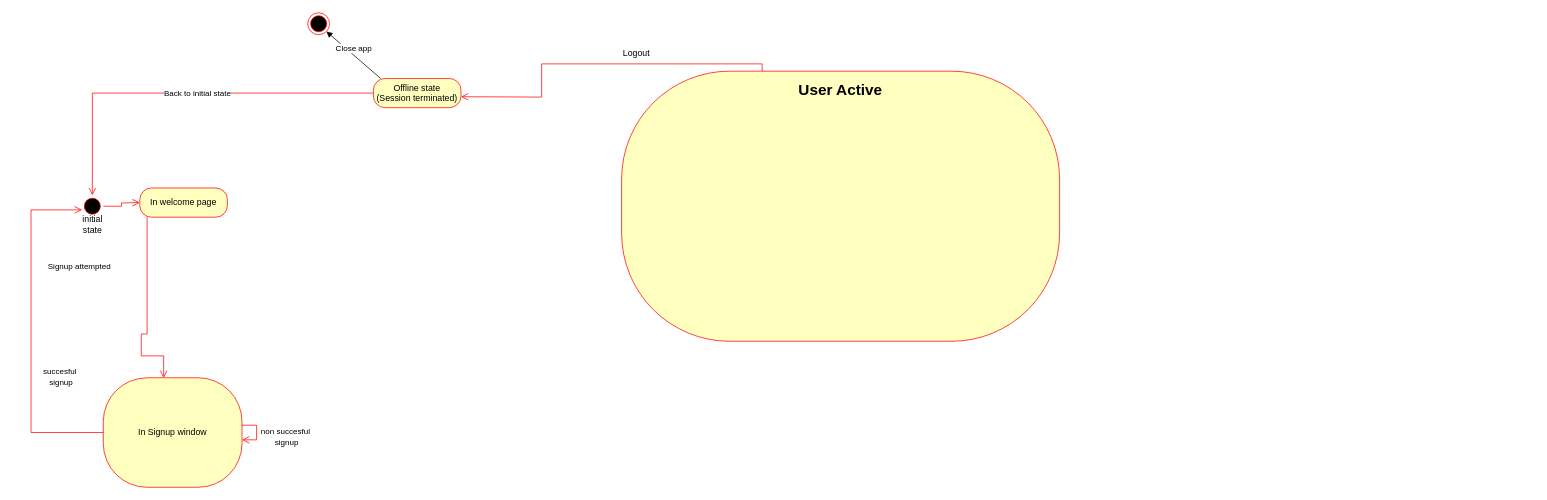
This is state diagram.drawio from Mazen-Azhary/Connect-Hub, a draw.io file, before an edit. Source tidied: cells renumbered, new cells numbered last; positions are measured from the earlier drawing's top-left corner, leaving out a move shared by most shapes. Both pictures are drawn from the tidied source at 73%, with x=0, y=0 at pixel (31, 12).
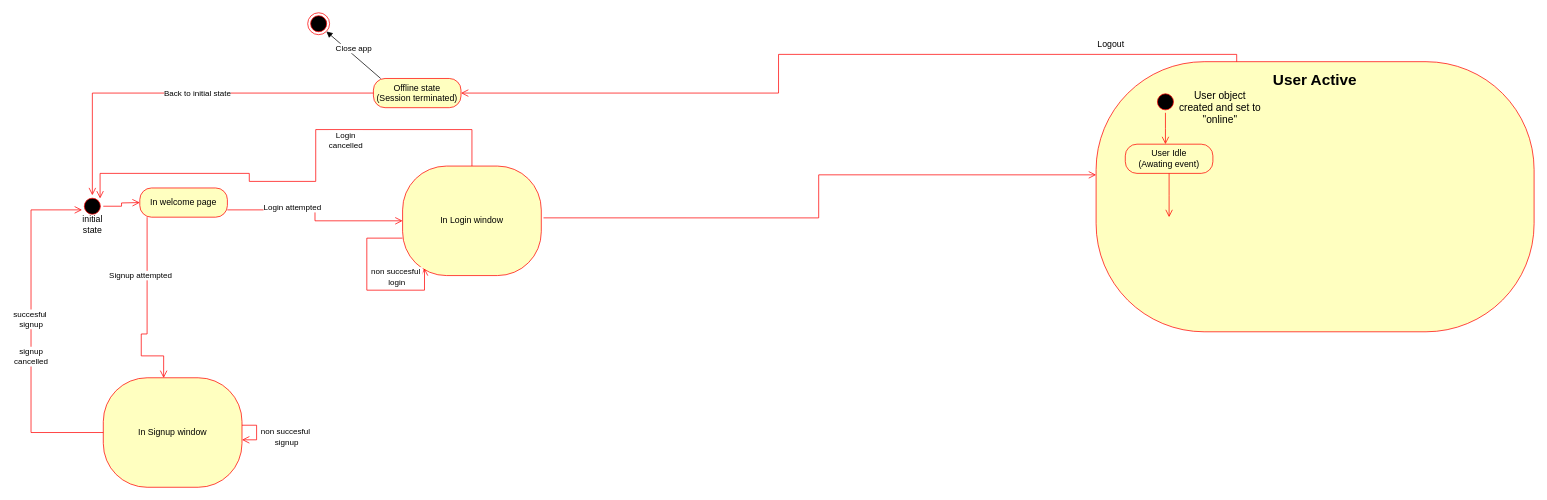
After the change.

Commit message:
login in state diagram complete

Unchanged cells that the change refers to:
```xml
<mxCell id="2" style="ellipse;html=1;shape=startState;fillColor=#000000;strokeColor=#ff0000;" parent="1" vertex="1">
  <mxGeometry x="69" y="250" width="30" height="30" as="geometry" />
</mxCell>
<mxCell id="8" value="Offline state&lt;div&gt;(Session terminated)&lt;/div&gt;" style="rounded=1;whiteSpace=wrap;html=1;arcSize=40;fontColor=#000000;fillColor=#ffffc0;strokeColor=#ff0000;" parent="1" vertex="1">
  <mxGeometry x="469" y="90" width="120" height="40" as="geometry" />
</mxCell>
<mxCell id="13" value="In welcome page" style="rounded=1;whiteSpace=wrap;html=1;arcSize=40;fontColor=#000000;fillColor=#ffffc0;strokeColor=#ff0000;" parent="1" vertex="1">
  <mxGeometry x="149" y="240" width="120" height="40" as="geometry" />
</mxCell>
<mxCell id="15" style="edgeStyle=orthogonalEdgeStyle;html=1;verticalAlign=bottom;endArrow=open;endSize=8;strokeColor=#ff0000;rounded=0;entryX=0.435;entryY=0.002;entryDx=0;entryDy=0;entryPerimeter=0;" parent="1" edge="1" source="13" target="18">
  <mxGeometry relative="1" as="geometry">
    <Array as="points">
      <mxPoint x="159" y="440" />
      <mxPoint x="151" y="440" />
      <mxPoint x="151" y="470" />
      <mxPoint x="182" y="470" />
    </Array>
  </mxGeometry>
</mxCell>
<mxCell id="21" style="edgeStyle=orthogonalEdgeStyle;html=1;verticalAlign=bottom;endArrow=open;endSize=8;strokeColor=#ff0000;rounded=0;elbow=vertical;" parent="1" edge="1" source="18" target="2">
  <mxGeometry relative="1" as="geometry">
    <Array as="points">
      <mxPoint y="575" />
      <mxPoint y="270" />
    </Array>
  </mxGeometry>
</mxCell>
```

The edit, as a diff of the source:
```diff
@@
     <mxCell id="4" style="rounded=1;whiteSpace=wrap;html=1;arcSize=40;fontColor=#000000;fillColor=#ffffc0;strokeColor=#ff0000;" parent="1" vertex="1">
-      <mxGeometry x="809" y="80" width="600" height="370" as="geometry" />
+      <mxGeometry x="1459" y="67" width="600" height="370" as="geometry" />
     </mxCell>
-    <mxCell id="5" style="edgeStyle=orthogonalEdgeStyle;html=1;verticalAlign=bottom;endArrow=open;endSize=8;strokeColor=#ff0000;rounded=0;exitX=0.321;exitY=0;exitDx=0;exitDy=0;exitPerimeter=0;entryX=1;entryY=0.5;entryDx=0;entryDy=0;" parent="1" edge="1" source="4">
-      <mxGeometry relative="1" as="geometry">
-        <mxPoint x="589" y="115" as="targetPoint" />
-      </mxGeometry>
+    <mxCell id="5" style="edgeStyle=orthogonalEdgeStyle;html=1;verticalAlign=bottom;endArrow=open;endSize=8;strokeColor=#ff0000;rounded=0;exitX=0.321;exitY=0;exitDx=0;exitDy=0;exitPerimeter=0;entryX=1;entryY=0.5;entryDx=0;entryDy=0;" parent="1" edge="1" source="4" target="8">
+      <mxGeometry relative="1" as="geometry" />
     </mxCell>
     <mxCell id="6" value="&lt;b&gt;&lt;font style=&quot;font-size: 21px;&quot;&gt;User Active&lt;/font&gt;&lt;/b&gt;" style="text;strokeColor=none;align=center;fillColor=none;html=1;verticalAlign=middle;whiteSpace=wrap;rounded=0;" parent="1" vertex="1">
-      <mxGeometry x="929" y="90" width="360" height="30" as="geometry" />
+      <mxGeometry x="1579" y="77" width="360" height="30" as="geometry" />
     </mxCell>
     <mxCell id="7" value="Logout&lt;div&gt;&lt;br&gt;&lt;/div&gt;" style="text;html=1;align=center;verticalAlign=middle;strokeColor=none;fillColor=none;" parent="1" vertex="1">
-      <mxGeometry x="799" y="43" width="60" height="40" as="geometry" />
+      <mxGeometry x="1449" y="30" width="60" height="40" as="geometry" />
     </mxCell>
@@
     <mxCell id="16" value="Signup attempted" style="edgeLabel;html=1;align=center;verticalAlign=middle;" parent="15" vertex="1">
       <mxGeometry x="-0.32" y="-1" relative="1" as="geometry">
-        <mxPoint x="-93" y="-21" as="offset" />
+        <mxPoint x="-9" y="-9" as="offset" />
       </mxGeometry>
     </mxCell>
@@
     <mxCell id="22" value="succesful&amp;nbsp;&lt;div&gt;signup&lt;/div&gt;" style="edgeLabel;html=1;align=center;verticalAlign=middle;" parent="21" vertex="1">
       <mxGeometry x="-0.21" relative="1" as="geometry">
-        <mxPoint x="40" y="11" as="offset" />
+        <mxPoint x="-1" y="-68" as="offset" />
       </mxGeometry>
     </mxCell>
+    <mxCell id="23" value="signup&lt;div&gt;cancelled&lt;/div&gt;" style="edgeLabel;html=1;align=center;verticalAlign=middle;" parent="1" vertex="1">
+      <mxGeometry x="-1" y="470" as="geometry" />
+    </mxCell>
+    <mxCell id="24" style="edgeStyle=orthogonalEdgeStyle;html=1;verticalAlign=bottom;endArrow=open;endSize=8;strokeColor=#ff0000;rounded=0;exitX=1;exitY=0.75;exitDx=0;exitDy=0;" parent="1" edge="1" source="13" target="26">
+      <mxGeometry relative="1" as="geometry" />
+    </mxCell>
+    <mxCell id="25" value="Login attempted" style="edgeLabel;html=1;align=center;verticalAlign=middle;" parent="24" vertex="1">
+      <mxGeometry x="-0.3" y="4" relative="1" as="geometry">
+        <mxPoint x="-1" as="offset" />
+      </mxGeometry>
+    </mxCell>
+    <mxCell id="26" value="In Login window" style="rounded=1;whiteSpace=wrap;html=1;arcSize=40;fontColor=#000000;fillColor=#ffffc0;strokeColor=#ff0000;" parent="1" vertex="1">
+      <mxGeometry x="509" y="210" width="190" height="150" as="geometry" />
+    </mxCell>
+    <mxCell id="27" style="edgeStyle=orthogonalEdgeStyle;html=1;verticalAlign=bottom;endArrow=open;endSize=8;strokeColor=#ff0000;rounded=0;elbow=vertical;exitX=-0.001;exitY=0.658;exitDx=0;exitDy=0;exitPerimeter=0;entryX=0.158;entryY=0.933;entryDx=0;entryDy=0;entryPerimeter=0;" parent="1" edge="1" source="26" target="26">
+      <mxGeometry relative="1" as="geometry">
+        <Array as="points">
+          <mxPoint x="460" y="309" />
+          <mxPoint x="460" y="380" />
+          <mxPoint x="539" y="380" />
+        </Array>
+      </mxGeometry>
+    </mxCell>
+    <mxCell id="28" value="non succesful&amp;nbsp;&lt;div&gt;login&lt;/div&gt;" style="edgeLabel;html=1;align=center;verticalAlign=middle;" parent="27" vertex="1">
+      <mxGeometry x="-0.21" relative="1" as="geometry">
+        <mxPoint x="40" y="11" as="offset" />
+      </mxGeometry>
+    </mxCell>
+    <mxCell id="29" style="edgeStyle=orthogonalEdgeStyle;html=1;verticalAlign=bottom;endArrow=open;endSize=8;strokeColor=#ff0000;rounded=0;elbow=vertical;entryX=1;entryY=0;entryDx=0;entryDy=0;" parent="1" edge="1" source="26" target="2">
+      <mxGeometry relative="1" as="geometry">
+        <Array as="points">
+          <mxPoint x="604" y="160" />
+          <mxPoint x="390" y="160" />
+          <mxPoint x="390" y="231" />
+          <mxPoint x="299" y="231" />
+          <mxPoint x="299" y="220" />
+          <mxPoint x="95" y="220" />
+        </Array>
+      </mxGeometry>
+    </mxCell>
+    <mxCell id="30" value="Login&lt;div&gt;cancelled&lt;/div&gt;" style="edgeLabel;html=1;align=center;verticalAlign=middle;" parent="29" vertex="1">
+      <mxGeometry x="-0.21" relative="1" as="geometry">
+        <mxPoint x="40" y="11" as="offset" />
+      </mxGeometry>
+    </mxCell>
+    <mxCell id="31" style="edgeStyle=orthogonalEdgeStyle;html=1;verticalAlign=bottom;endArrow=open;endSize=8;strokeColor=#ff0000;rounded=0;exitX=1.016;exitY=0.473;exitDx=0;exitDy=0;exitPerimeter=0;entryX=0;entryY=0.419;entryDx=0;entryDy=0;entryPerimeter=0;" parent="1" edge="1" source="26" target="4">
+      <mxGeometry relative="1" as="geometry" />
+    </mxCell>
+    <mxCell id="32" style="ellipse;html=1;shape=startState;fillColor=#000000;strokeColor=#ff0000;" parent="1" vertex="1">
+      <mxGeometry x="1539" y="107" width="30" height="30" as="geometry" />
+    </mxCell>
+    <mxCell id="33" style="edgeStyle=orthogonalEdgeStyle;html=1;verticalAlign=bottom;endArrow=open;endSize=8;strokeColor=#ff0000;rounded=0;" parent="1" edge="1" source="32">
+      <mxGeometry relative="1" as="geometry">
+        <mxPoint x="1554" y="180" as="targetPoint" />
+      </mxGeometry>
+    </mxCell>
+    <mxCell id="34" value="&lt;span style=&quot;font-weight: normal;&quot;&gt;&lt;font style=&quot;font-size: 14px;&quot;&gt;User object created and set to &quot;online&quot;&lt;/font&gt;&lt;/span&gt;" style="text;strokeColor=none;align=center;fillColor=none;html=1;verticalAlign=middle;whiteSpace=wrap;rounded=0;fontStyle=1;" parent="1" vertex="1">
+      <mxGeometry x="1569" y="90" width="120" height="80" as="geometry" />
+    </mxCell>
+    <mxCell id="35" value="User Idle&lt;div&gt;(Awating event)&lt;/div&gt;" style="rounded=1;whiteSpace=wrap;html=1;arcSize=40;fontColor=#000000;fillColor=#ffffc0;strokeColor=#ff0000;" parent="1" vertex="1">
+      <mxGeometry x="1499" y="180" width="120" height="40" as="geometry" />
+    </mxCell>
+    <mxCell id="36" style="edgeStyle=orthogonalEdgeStyle;html=1;verticalAlign=bottom;endArrow=open;endSize=8;strokeColor=#ff0000;rounded=0;" parent="1" edge="1" source="35">
+      <mxGeometry relative="1" as="geometry">
+        <mxPoint x="1559" y="280" as="targetPoint" />
+      </mxGeometry>
+    </mxCell>
```
